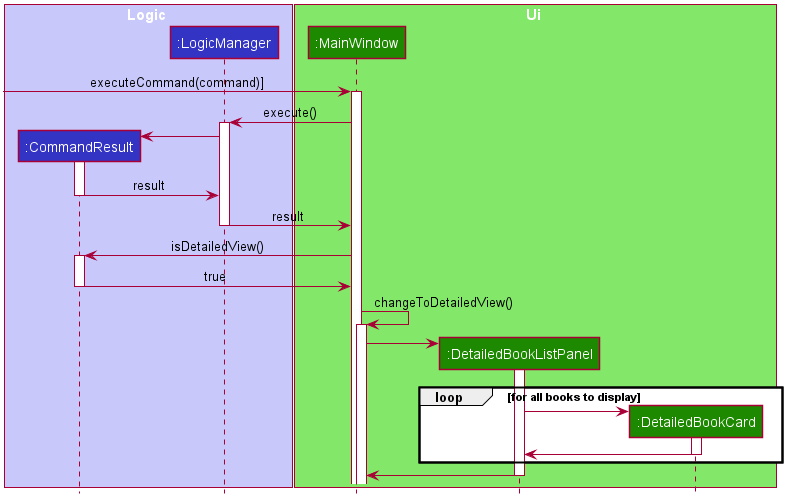
This is docs/images/ViewSwitchingSequenceDiagram.png from pennhanlee/tp, a PlantUML export, as it was before one commit.
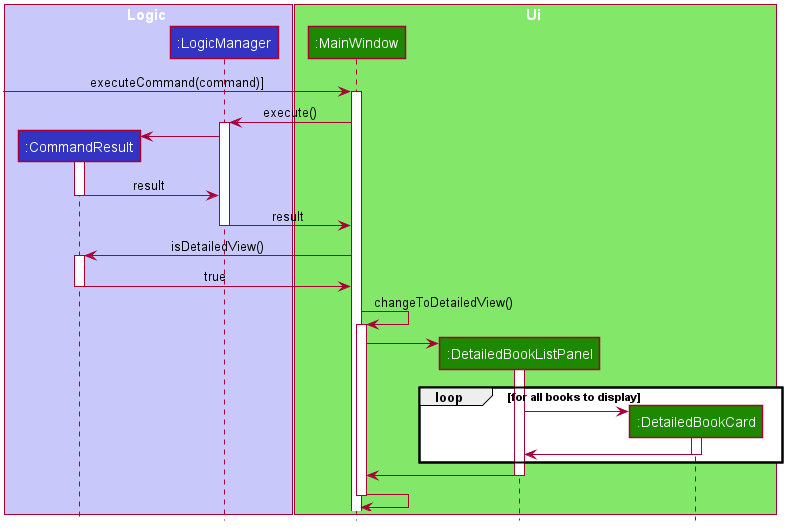
Above is the later version.

Commit message:
Fix minor issues in sequence diagram

The edit, as a diff of the source:
```diff
@@ -99,4 +99,8 @@
 DetailedBookListPanel -> MainWindow
 deactivate DetailedBookListPanel
 
+MainWindow -> MainWindow
+deactivate MainWindow
+
+
 @enduml
```
